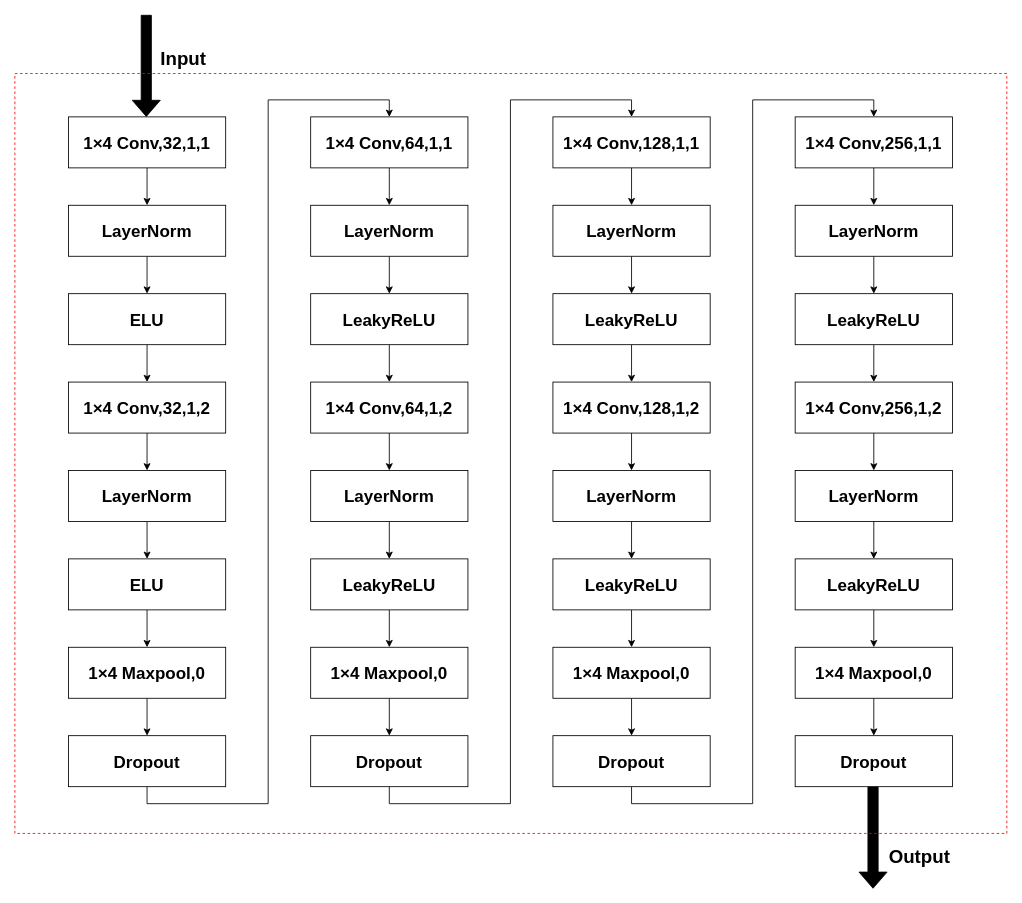
This is nDF示意图.drawio from lilang0710/ll, a draw.io file, before an edit. Source tidied: cells renumbered, new cells numbered last; positions are measured from the earlier drawing's top-left corner, leaving out a move shared by most shapes. Both pictures are drawn from the tidied source at 85%, with x=0, y=0 at pixel (14, 14).
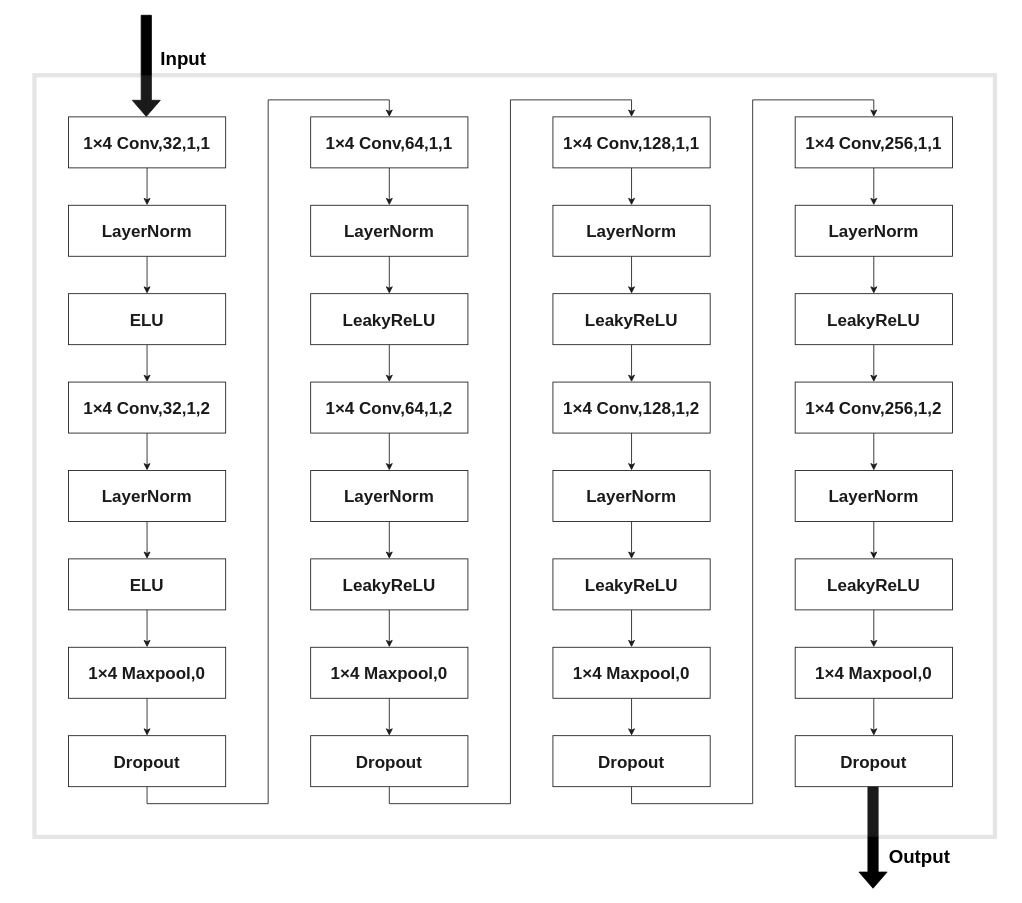
The same page after the edit.

Commit message:
更新nDF示意图.drawio

The edit, as a diff of the source:
```diff
@@
-    <mxCell id="69" style="rounded=0;whiteSpace=wrap;html=1;fillColor=none;strokeColor=#ff0000;dashed=1;" parent="1" vertex="1">
-      <mxGeometry y="69" width="1167" height="894" as="geometry" />
-    </mxCell>
+    <mxCell id="70" style="rounded=0;whiteSpace=wrap;html=1;opacity=10;strokeWidth=5;" parent="1" vertex="1">
+      <mxGeometry x="23" y="71" width="1130" height="896" as="geometry" />
+    </mxCell>
```
